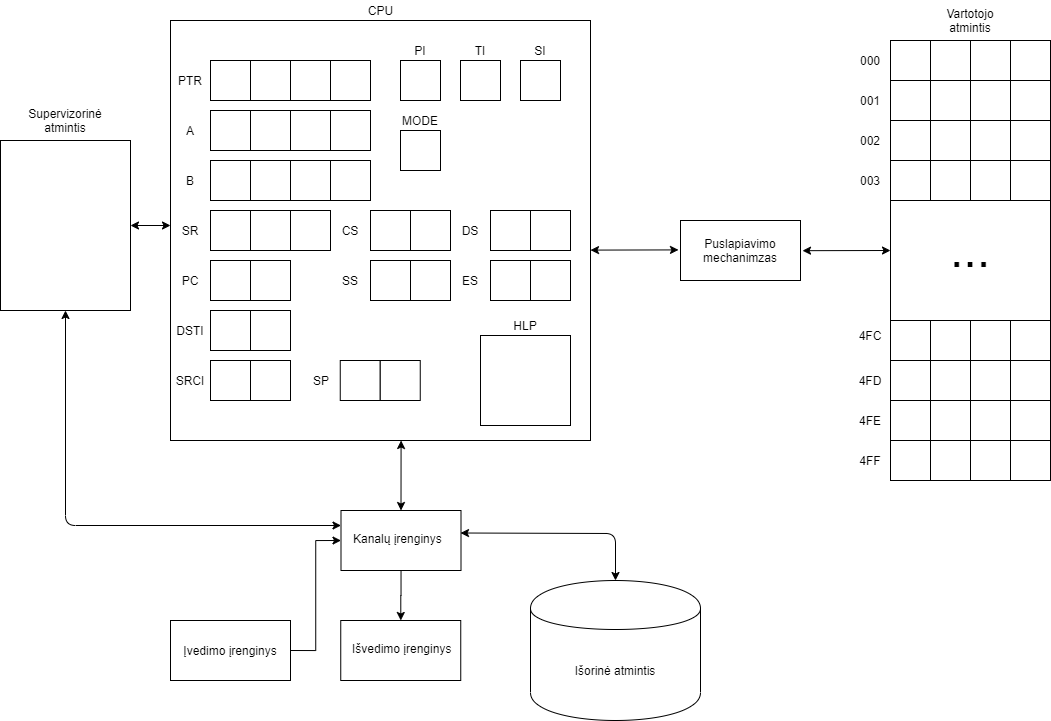
Above: 01lab/diagrams/real.png in jokubasb/My-OS (draw.io), before the change. Source tidied: cells renumbered, new cells last; positions are measured from the earlier drawing's top-left corner, leaving out a move shared by most shapes.
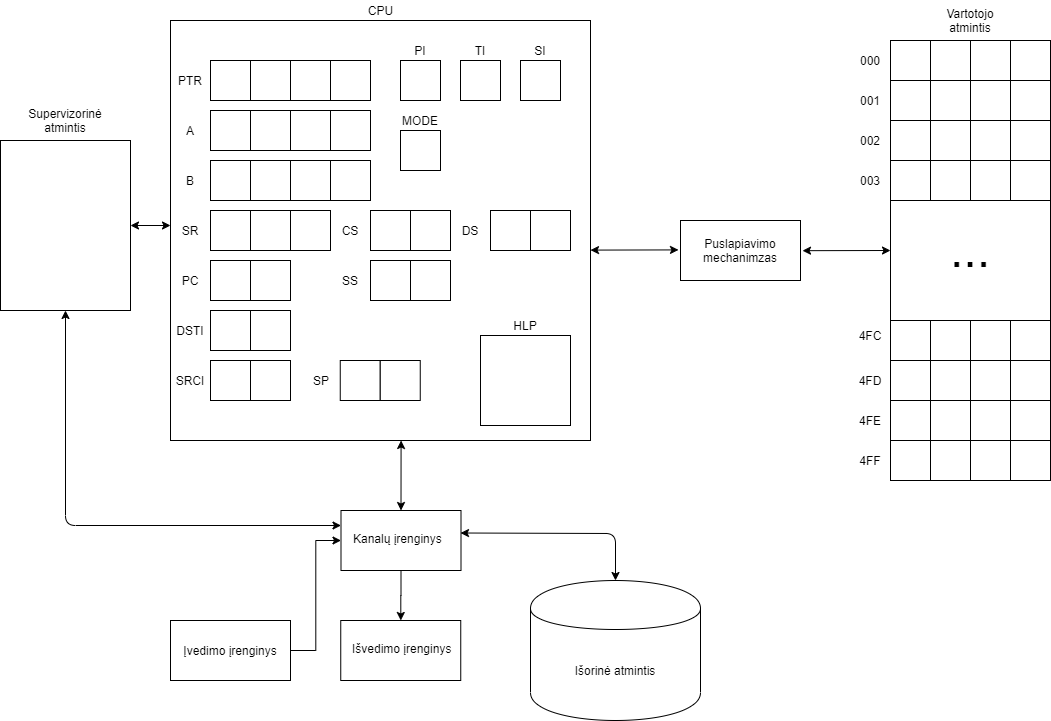
The same diagram one commit later.

The edit, as a diff of the source:
```diff
@@ -328,15 +328,6 @@
     <mxCell id="105" value="DS" style="text;html=1;strokeColor=none;fillColor=none;align=center;verticalAlign=middle;whiteSpace=wrap;rounded=0;" parent="1" vertex="1">
       <mxGeometry x="450" y="220" width="40" height="20" as="geometry" />
     </mxCell>
-    <mxCell id="106" style="whiteSpace=wrap;html=1;" parent="1" vertex="1">
-      <mxGeometry x="490" y="260" width="40" height="40" as="geometry" />
-    </mxCell>
-    <mxCell id="107" style="whiteSpace=wrap;html=1;" parent="1" vertex="1">
-      <mxGeometry x="530" y="260" width="40" height="40" as="geometry" />
-    </mxCell>
-    <mxCell id="108" value="ES" style="text;html=1;strokeColor=none;fillColor=none;align=center;verticalAlign=middle;whiteSpace=wrap;rounded=0;" parent="1" vertex="1">
-      <mxGeometry x="450" y="270" width="40" height="20" as="geometry" />
-    </mxCell>
     <mxCell id="109" style="whiteSpace=wrap;html=1;" parent="1" vertex="1">
       <mxGeometry x="370" y="260" width="40" height="40" as="geometry" />
     </mxCell>
```
